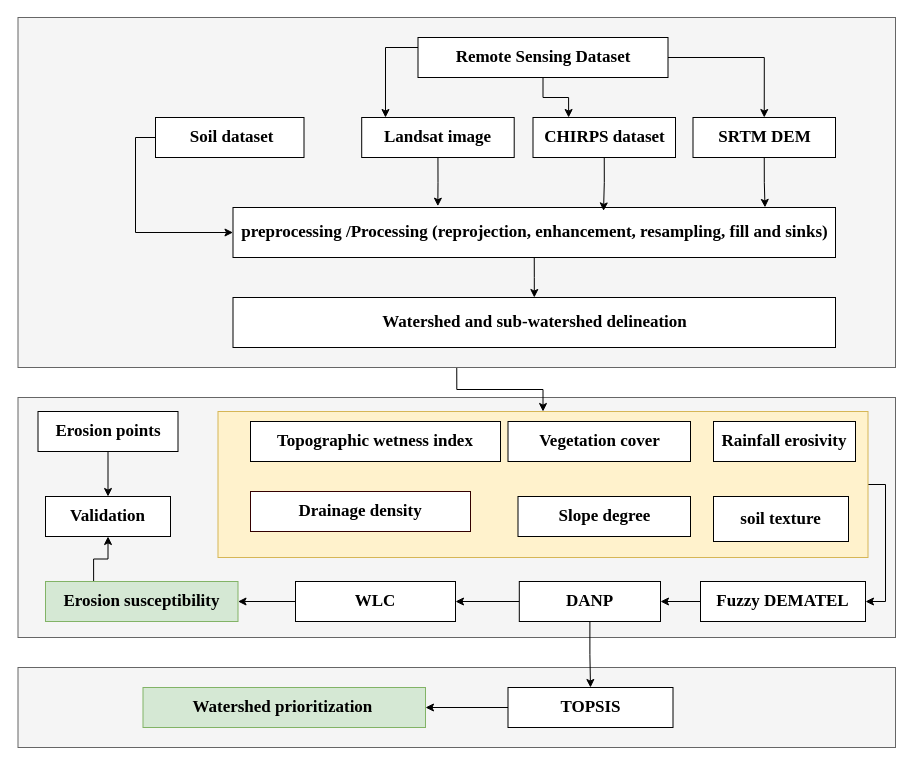
Earlier version of the draw.io diagram flowMCDMFinal.drawio (yemioke/PRISMA2020). Source tidied: cells renumbered, new cells numbered last; positions are measured from the earlier drawing's top-left corner, leaving out a move shared by most shapes. Both pictures are drawn from the tidied source at 100%, with x=0, y=0 at pixel (17, 17).
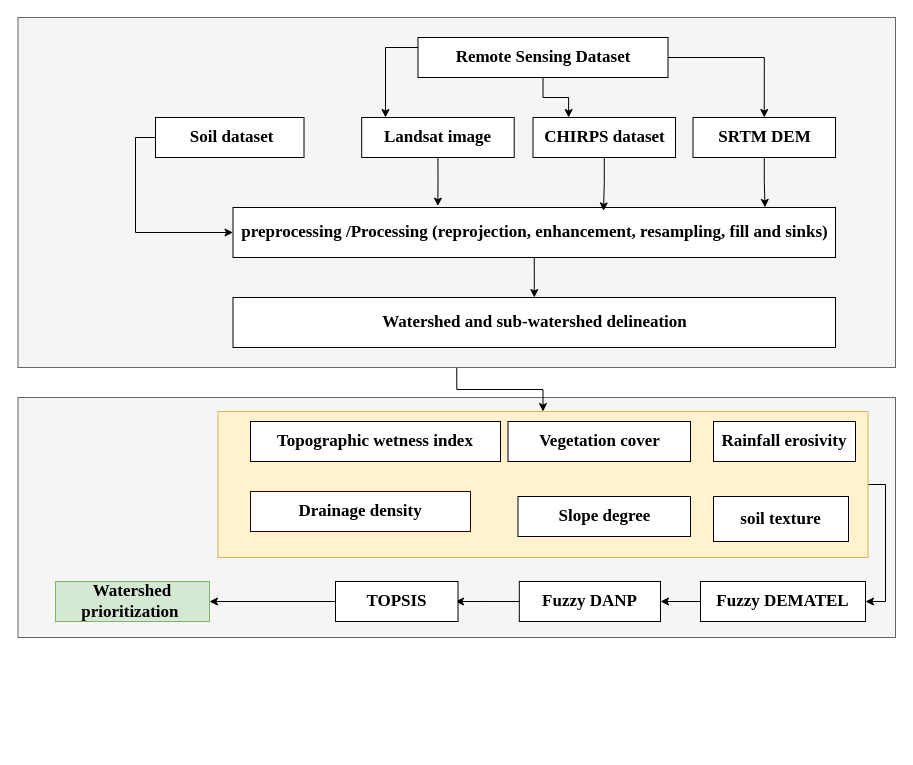
The same diagram, later.

The edit, as a diff of the source:
```diff
@@
-    <mxCell id="25" style="rounded=0;whiteSpace=wrap;html=1;fillColor=#f5f5f5;strokeColor=#666666;fontColor=#333333;" parent="1" vertex="1">
-      <mxGeometry x="0.5" y="650" width="877.5" height="80" as="geometry" />
-    </mxCell>
-    <mxCell id="26" style="edgeStyle=orthogonalEdgeStyle;rounded=0;jettySize=auto;html=1;exitX=0.5;exitY=1;exitDx=0;exitDy=0;" parent="1" edge="1" source="28" target="30">
-      <mxGeometry relative="1" as="geometry" />
-    </mxCell>
-    <mxCell id="27" style="edgeStyle=orthogonalEdgeStyle;rounded=0;jettySize=auto;html=1;exitX=0;exitY=0.5;exitDx=0;exitDy=0;entryX=1;entryY=0.5;entryDx=0;entryDy=0;" parent="1" edge="1" source="28" target="39">
-      <mxGeometry relative="1" as="geometry" />
+    <mxCell id="27" style="edgeStyle=orthogonalEdgeStyle;rounded=0;jettySize=auto;html=1;exitX=0;exitY=0.5;exitDx=0;exitDy=0;entryX=1;entryY=0.5;entryDx=0;entryDy=0;" parent="1" edge="1" source="28">
+      <mxGeometry relative="1" as="geometry">
+        <mxPoint x="438" y="584" as="targetPoint" />
+      </mxGeometry>
     </mxCell>
-    <mxCell id="28" value="&lt;font face=&quot;Times New Roman&quot;&gt;&lt;span style=&quot;font-size: 17px;&quot;&gt;&lt;b&gt;DANP&lt;/b&gt;&lt;/span&gt;&lt;/font&gt;" style="rounded=0;whiteSpace=wrap;html=1;" parent="1" vertex="1">
+    <mxCell id="28" value="&lt;font face=&quot;Times New Roman&quot;&gt;&lt;span style=&quot;font-size: 17px;&quot;&gt;&lt;b&gt;Fuzzy DANP&lt;/b&gt;&lt;/span&gt;&lt;/font&gt;" style="rounded=0;whiteSpace=wrap;html=1;" parent="1" vertex="1">
       <mxGeometry x="501.8" y="564" width="141.2" height="40" as="geometry" />
     </mxCell>
-    <mxCell id="29" style="edgeStyle=orthogonalEdgeStyle;rounded=0;jettySize=auto;html=1;exitX=0;exitY=0.5;exitDx=0;exitDy=0;entryX=1;entryY=0.5;entryDx=0;entryDy=0;" parent="1" edge="1" source="30" target="33">
+    <mxCell id="29" style="edgeStyle=orthogonalEdgeStyle;rounded=0;jettySize=auto;html=1;entryX=1;entryY=0.5;entryDx=0;entryDy=0;exitX=0;exitY=0.5;exitDx=0;exitDy=0;" parent="1" edge="1" source="30" target="33">
       <mxGeometry relative="1" as="geometry" />
     </mxCell>
-    <mxCell id="30" value="&lt;font face=&quot;Times New Roman&quot;&gt;&lt;span style=&quot;font-size: 17px;&quot;&gt;&lt;b&gt;TOPSIS&lt;/b&gt;&lt;/span&gt;&lt;/font&gt;" style="rounded=0;whiteSpace=wrap;html=1;" parent="1" vertex="1">
-      <mxGeometry x="490.5" y="670" width="165" height="40" as="geometry" />
-    </mxCell>
-    <mxCell id="31" style="edgeStyle=orthogonalEdgeStyle;rounded=0;jettySize=auto;html=1;exitX=0.25;exitY=0;exitDx=0;exitDy=0;" parent="1" edge="1" source="32" target="34">
-      <mxGeometry relative="1" as="geometry" />
-    </mxCell>
-    <mxCell id="32" value="&lt;font face=&quot;Times New Roman&quot;&gt;&lt;span style=&quot;font-size: 17px;&quot;&gt;&lt;b&gt;Erosion susceptibility&lt;/b&gt;&lt;/span&gt;&lt;/font&gt;" style="rounded=0;whiteSpace=wrap;html=1;fillColor=#d5e8d4;strokeColor=#82b366;" parent="1" vertex="1">
-      <mxGeometry x="28" y="564" width="192.5" height="40" as="geometry" />
-    </mxCell>
     <mxCell id="33" value="&lt;font face=&quot;Times New Roman&quot;&gt;&lt;span style=&quot;font-size: 17px;&quot;&gt;&lt;b&gt;Watershed prioritization&amp;nbsp;&lt;/b&gt;&lt;/span&gt;&lt;/font&gt;" style="rounded=0;whiteSpace=wrap;html=1;fillColor=#d5e8d4;strokeColor=#82b366;" parent="1" vertex="1">
-      <mxGeometry x="125.5" y="670" width="282.5" height="40" as="geometry" />
+      <mxGeometry x="38" y="564" width="154" height="40" as="geometry" />
     </mxCell>
-    <mxCell id="34" value="&lt;font face=&quot;Times New Roman&quot;&gt;&lt;span style=&quot;font-size: 17px;&quot;&gt;&lt;b&gt;Validation&lt;/b&gt;&lt;/span&gt;&lt;/font&gt;" style="rounded=0;whiteSpace=wrap;html=1;" parent="1" vertex="1">
-      <mxGeometry x="28" y="479" width="125" height="40" as="geometry" />
-    </mxCell>
-    <mxCell id="35" style="edgeStyle=orthogonalEdgeStyle;rounded=0;jettySize=auto;html=1;exitX=0.5;exitY=1;exitDx=0;exitDy=0;" parent="1" edge="1" source="36" target="34">
-      <mxGeometry relative="1" as="geometry" />
-    </mxCell>
-    <mxCell id="36" value="&lt;font face=&quot;Times New Roman&quot;&gt;&lt;span style=&quot;font-size: 17px;&quot;&gt;&lt;b&gt;Erosion points&lt;/b&gt;&lt;/span&gt;&lt;/font&gt;" style="rounded=0;whiteSpace=wrap;html=1;" parent="1" vertex="1">
-      <mxGeometry x="20.5" y="394" width="140" height="40" as="geometry" />
-    </mxCell>
@@
-    <mxCell id="38" style="edgeStyle=orthogonalEdgeStyle;rounded=0;jettySize=auto;html=1;exitX=0;exitY=0.5;exitDx=0;exitDy=0;entryX=1;entryY=0.5;entryDx=0;entryDy=0;" parent="1" edge="1" source="39" target="32">
-      <mxGeometry relative="1" as="geometry" />
-    </mxCell>
-    <mxCell id="39" value="&lt;font face=&quot;Times New Roman&quot;&gt;&lt;span style=&quot;font-size: 17px;&quot;&gt;&lt;b&gt;WLC&lt;/b&gt;&lt;/span&gt;&lt;/font&gt;" style="rounded=0;whiteSpace=wrap;html=1;" parent="1" vertex="1">
-      <mxGeometry x="278" y="564" width="160" height="40" as="geometry" />
-    </mxCell>
@@
+    <mxCell id="30" value="&lt;font face=&quot;Times New Roman&quot;&gt;&lt;span style=&quot;font-size: 17px;&quot;&gt;&lt;b&gt;TOPSIS&lt;/b&gt;&lt;/span&gt;&lt;/font&gt;" style="rounded=0;whiteSpace=wrap;html=1;" parent="1" vertex="1">
+      <mxGeometry x="318" y="564" width="122.5" height="40" as="geometry" />
+    </mxCell>
```
